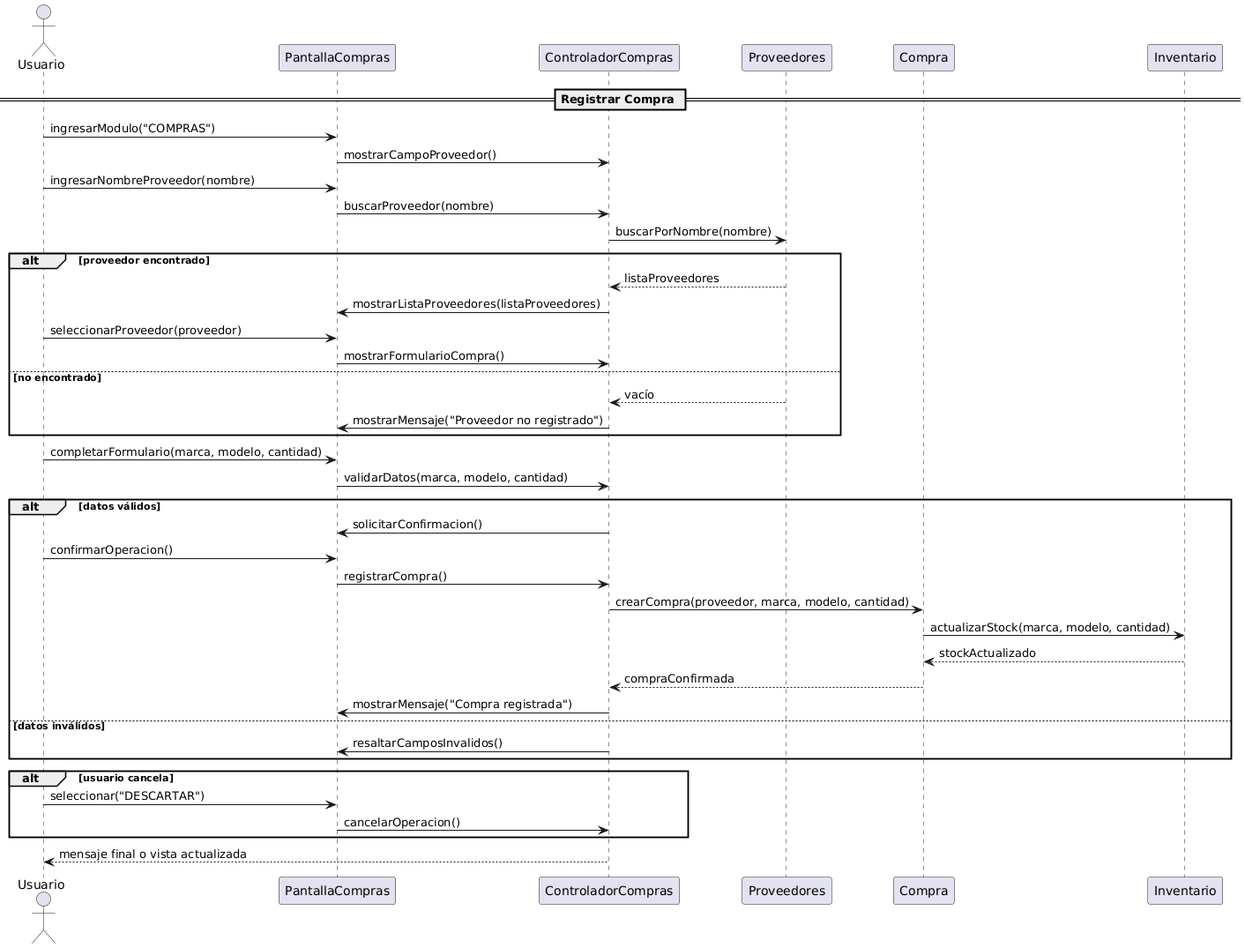
Earlier version of the PlantUML export 08 - Diagrama de secuencia/03 - Compras/Registrar compra.png (EmanuelMonella/baterias). Source of this version:
```plantuml
@startuml
actor Usuario

== Registrar Compra ==

Usuario -> PantallaCompras : ingresarModulo("COMPRAS")
PantallaCompras -> ControladorCompras : mostrarCampoProveedor()

Usuario -> PantallaCompras : ingresarNombreProveedor(nombre)
PantallaCompras -> ControladorCompras : buscarProveedor(nombre)

ControladorCompras -> Proveedores : buscarPorNombre(nombre)
alt proveedor encontrado
    Proveedores --> ControladorCompras : listaProveedores
    ControladorCompras -> PantallaCompras : mostrarListaProveedores(listaProveedores)
    Usuario -> PantallaCompras : seleccionarProveedor(proveedor)
    PantallaCompras -> ControladorCompras : mostrarFormularioCompra()
else no encontrado
    Proveedores --> ControladorCompras : vacío
    ControladorCompras -> PantallaCompras : mostrarMensaje("Proveedor no registrado")
end

Usuario -> PantallaCompras : completarFormulario(marca, modelo, cantidad)
PantallaCompras -> ControladorCompras : validarDatos(marca, modelo, cantidad)

alt datos válidos
    ControladorCompras -> PantallaCompras : solicitarConfirmacion()
    Usuario -> PantallaCompras : confirmarOperacion()
    PantallaCompras -> ControladorCompras : registrarCompra()
    ControladorCompras -> Compra : crearCompra(proveedor, marca, modelo, cantidad)
    Compra -> Inventario : actualizarStock(marca, modelo, cantidad)
    Inventario --> Compra : stockActualizado
    Compra --> ControladorCompras : compraConfirmada
    ControladorCompras -> PantallaCompras : mostrarMensaje("Compra registrada")
else datos inválidos
    ControladorCompras -> PantallaCompras : resaltarCamposInvalidos()
end

alt usuario cancela
    Usuario -> PantallaCompras : seleccionar("DESCARTAR")
    PantallaCompras -> ControladorCompras : cancelarOperacion()
end

ControladorCompras --> Usuario : mensaje final o vista actualizada
@enduml
```
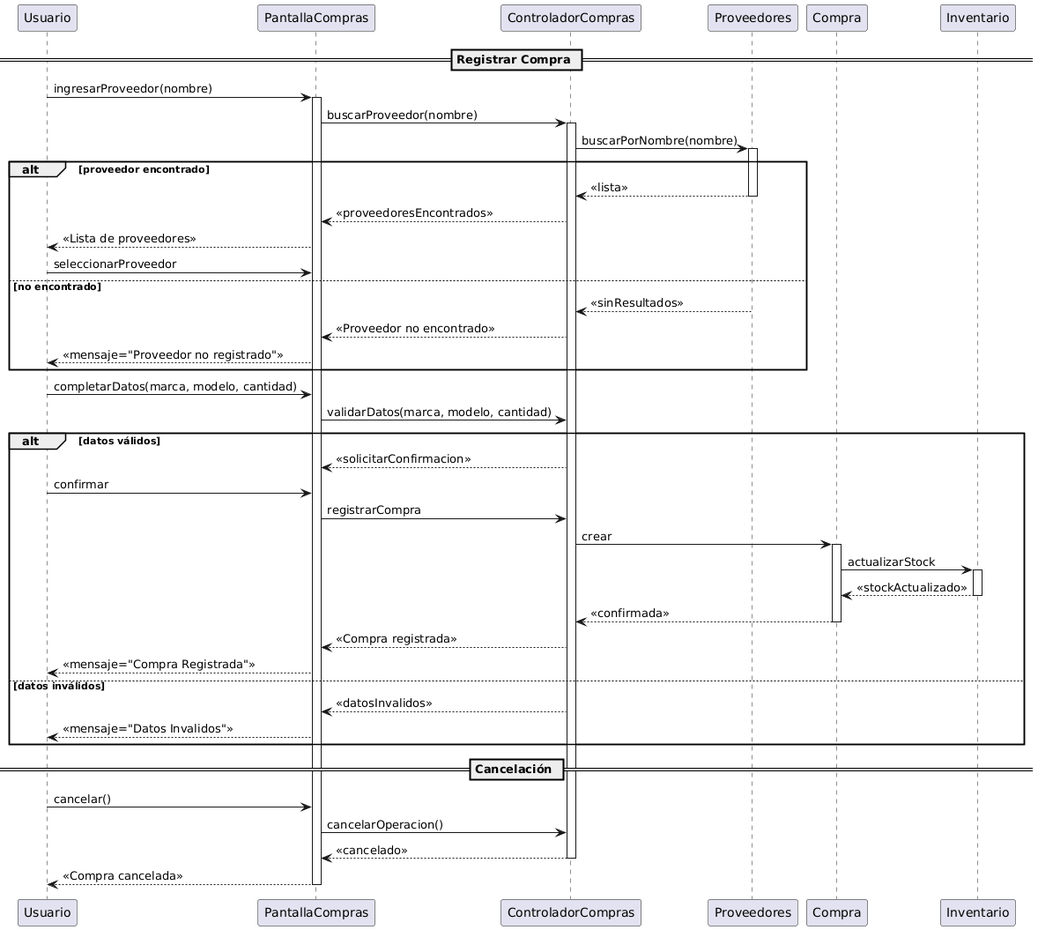
After the change.

Commit message:
Correccion Diagrama Secuencias Compras

Diff of the diagram source:
```diff
@@ -1,45 +1,54 @@
 @startuml
-actor Usuario
-
 == Registrar Compra ==
 
-Usuario -> PantallaCompras : ingresarModulo("COMPRAS")
-PantallaCompras -> ControladorCompras : mostrarCampoProveedor()
-
-Usuario -> PantallaCompras : ingresarNombreProveedor(nombre)
+Usuario -> PantallaCompras : ingresarProveedor(nombre)
+activate PantallaCompras
 PantallaCompras -> ControladorCompras : buscarProveedor(nombre)
+activate ControladorCompras
 
 ControladorCompras -> Proveedores : buscarPorNombre(nombre)
+activate Proveedores
+
 alt proveedor encontrado
-    Proveedores --> ControladorCompras : listaProveedores
-    ControladorCompras -> PantallaCompras : mostrarListaProveedores(listaProveedores)
-    Usuario -> PantallaCompras : seleccionarProveedor(proveedor)
-    PantallaCompras -> ControladorCompras : mostrarFormularioCompra()
+    Proveedores --> ControladorCompras : <<lista>>
+    deactivate Proveedores
+    ControladorCompras --> PantallaCompras : <<proveedoresEncontrados>>
+    PantallaCompras --> Usuario : <<Lista de proveedores>>
+    Usuario -> PantallaCompras : seleccionarProveedor
 else no encontrado
-    Proveedores --> ControladorCompras : vacío
-    ControladorCompras -> PantallaCompras : mostrarMensaje("Proveedor no registrado")
+    Proveedores --> ControladorCompras : <<sinResultados>>
+    deactivate Proveedores
+    ControladorCompras --> PantallaCompras : <<Proveedor no encontrado>>
+    PantallaCompras --> Usuario : <<mensaje="Proveedor no registrado">>
 end
 
-Usuario -> PantallaCompras : completarFormulario(marca, modelo, cantidad)
+Usuario -> PantallaCompras : completarDatos(marca, modelo, cantidad)
 PantallaCompras -> ControladorCompras : validarDatos(marca, modelo, cantidad)
 
 alt datos válidos
-    ControladorCompras -> PantallaCompras : solicitarConfirmacion()
-    Usuario -> PantallaCompras : confirmarOperacion()
-    PantallaCompras -> ControladorCompras : registrarCompra()
-    ControladorCompras -> Compra : crearCompra(proveedor, marca, modelo, cantidad)
-    Compra -> Inventario : actualizarStock(marca, modelo, cantidad)
-    Inventario --> Compra : stockActualizado
-    Compra --> ControladorCompras : compraConfirmada
-    ControladorCompras -> PantallaCompras : mostrarMensaje("Compra registrada")
+    ControladorCompras --> PantallaCompras : <<solicitarConfirmacion>>
+    Usuario -> PantallaCompras : confirmar
+    PantallaCompras -> ControladorCompras : registrarCompra
+    ControladorCompras -> Compra : crear
+    activate Compra
+    Compra -> Inventario : actualizarStock
+    activate Inventario
+    Inventario --> Compra : <<stockActualizado>>
+    deactivate Inventario
+    Compra --> ControladorCompras : <<confirmada>>
+    deactivate Compra
+    ControladorCompras --> PantallaCompras : <<Compra registrada>>
+    PantallaCompras --> Usuario : <<mensaje="Compra Registrada">>
 else datos inválidos
-    ControladorCompras -> PantallaCompras : resaltarCamposInvalidos()
+    ControladorCompras --> PantallaCompras : <<datosInvalidos>>
+    PantallaCompras --> Usuario : <<mensaje="Datos Invalidos">>
 end
 
-alt usuario cancela
-    Usuario -> PantallaCompras : seleccionar("DESCARTAR")
-    PantallaCompras -> ControladorCompras : cancelarOperacion()
-end
-
-ControladorCompras --> Usuario : mensaje final o vista actualizada
+== Cancelación ==
+Usuario -> PantallaCompras : cancelar()
+PantallaCompras -> ControladorCompras : cancelarOperacion()
+ControladorCompras --> PantallaCompras : <<cancelado>>
+deactivate ControladorCompras
+PantallaCompras --> Usuario : <<Compra cancelada>>
+deactivate PantallaCompras
 @enduml
```
